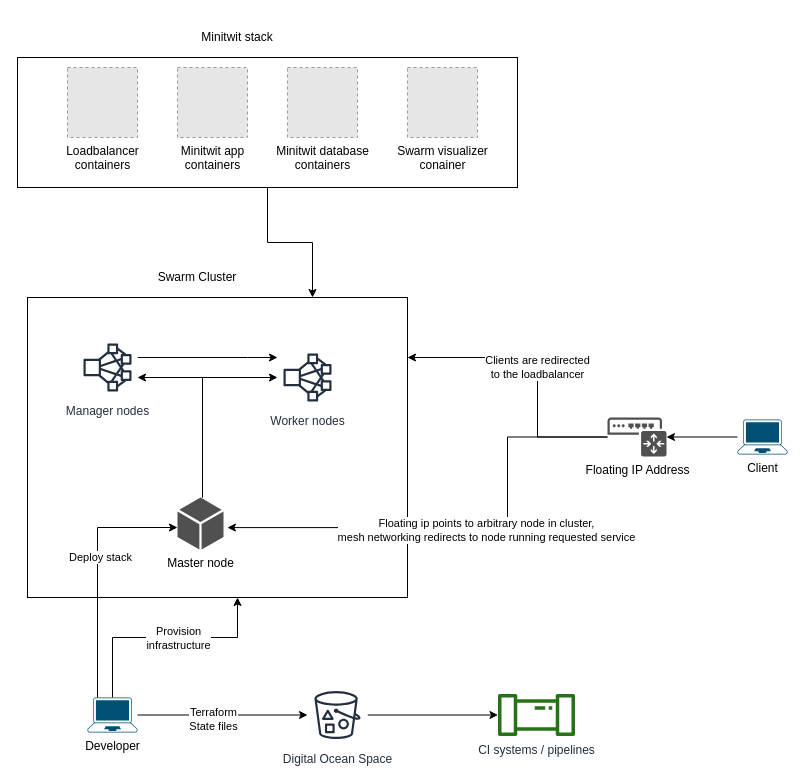
Above: diagram/diagram.drawio in itu-devops/itu-minitwit-docker-swarm-teraform (draw.io), before the change. Source tidied: cells renumbered, new cells numbered last; positions are measured from the earlier drawing's top-left corner, leaving out a move shared by most shapes. Both pictures are drawn from the tidied source at 100%, with x=0, y=0 at pixel (17, 17). Pictures stored in the file or linked from it are replaced by grey dashed boxes.
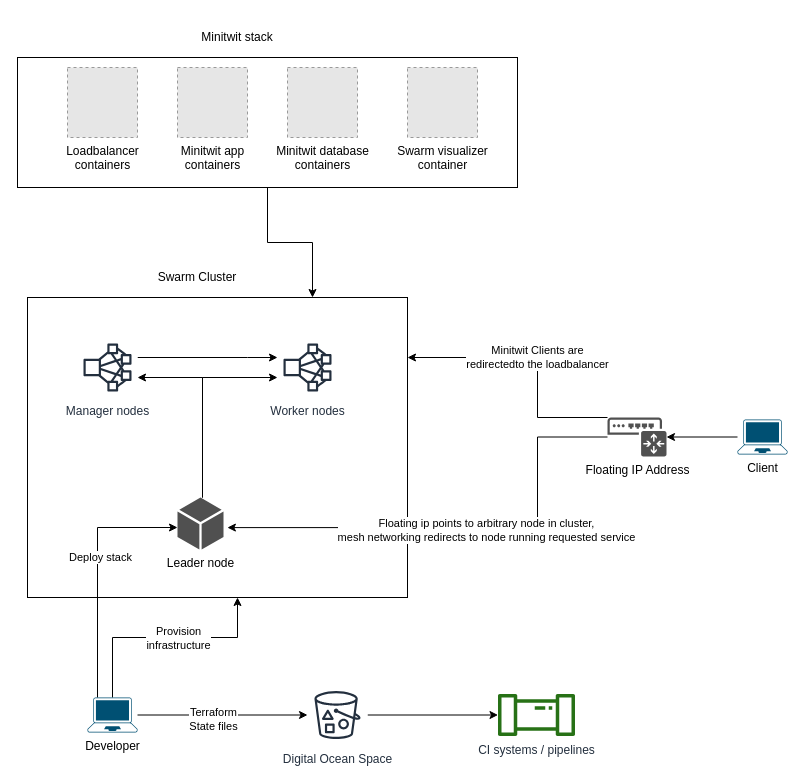
Above is the later version.

The change refers to these unchanged cells:
```xml
<mxCell id="2" style="rounded=0;whiteSpace=wrap;html=1;fillColor=none;" parent="1" vertex="1">
  <mxGeometry x="10" y="280" width="380" height="300" as="geometry" />
</mxCell>
<mxCell id="23" value="Floating IP Address" style="shadow=0;dashed=0;html=1;strokeColor=none;fillColor=#505050;labelPosition=center;verticalLabelPosition=bottom;verticalAlign=top;outlineConnect=0;align=center;shape=mxgraph.office.devices.ip_pbx;" parent="1" vertex="1">
  <mxGeometry x="590" y="400" width="59" height="39" as="geometry" />
</mxCell>
```

Diff of the diagram source:
```diff
@@
+    <mxCell id="30" style="rounded=0;whiteSpace=wrap;html=1;fillColor=none;" parent="1" vertex="1">
+      <mxGeometry y="40" width="500" height="130" as="geometry" />
+    </mxCell>
@@
     <mxCell id="8" value="Worker nodes" style="outlineConnect=0;fontColor=#232F3E;gradientColor=none;strokeColor=#232F3E;fillColor=#ffffff;dashed=0;verticalLabelPosition=bottom;verticalAlign=top;align=center;html=1;fontSize=12;fontStyle=0;shape=mxgraph.aws4.resourceIcon;resIcon=mxgraph.aws4.cluster;" parent="1" vertex="1">
-      <mxGeometry x="260" y="330" width="60" height="60" as="geometry" />
+      <mxGeometry x="260" y="320" width="60" height="60" as="geometry" />
     </mxCell>
@@
     <mxCell id="20" style="edgeStyle=orthogonalEdgeStyle;rounded=0;jettySize=auto;html=1;entryX=0.526;entryY=0.767;entryDx=0;entryDy=0;entryPerimeter=0;" parent="1" edge="1" source="23" target="2">
-      <mxGeometry relative="1" as="geometry" />
+      <mxGeometry relative="1" as="geometry">
+        <Array as="points">
+          <mxPoint x="520" y="420" />
+          <mxPoint x="520" y="510" />
+        </Array>
+      </mxGeometry>
     </mxCell>
@@
-    <mxCell id="22" value="Clients are redirected &lt;br&gt;to the loadbalancer" style="edgeStyle=orthogonalEdgeStyle;rounded=0;jettySize=auto;html=1;" parent="1" edge="1" source="23" target="2">
+    <mxCell id="22" value="&lt;div&gt;Minitwit Clients are &lt;br&gt;&lt;/div&gt;&lt;div&gt;redirectedto the loadbalancer&lt;/div&gt;" style="edgeStyle=orthogonalEdgeStyle;rounded=0;jettySize=auto;html=1;" parent="1" edge="1" source="23" target="2">
       <mxGeometry relative="1" as="geometry">
         <Array as="points">
+          <mxPoint x="520" y="400" />
           <mxPoint x="520" y="340" />
         </Array>
       </mxGeometry>
     </mxCell>
@@
-    <mxCell id="24" value="Master node" style="shadow=0;dashed=0;html=1;strokeColor=none;fillColor=#505050;labelPosition=center;verticalLabelPosition=bottom;verticalAlign=top;outlineConnect=0;align=center;shape=mxgraph.office.concepts.node_generic;" parent="1" vertex="1">
+    <mxCell id="24" value="Leader node" style="shadow=0;dashed=0;html=1;strokeColor=none;fillColor=#505050;labelPosition=center;verticalLabelPosition=bottom;verticalAlign=top;outlineConnect=0;align=center;shape=mxgraph.office.concepts.node_generic;" parent="1" vertex="1">
       <mxGeometry x="160" y="480" width="46" height="52" as="geometry" />
     </mxCell>
@@
-    <mxCell id="28" value="Swarm visualizer&lt;br&gt;conainer" style="fillColor=#E6E6E6;strokeColor=#999999;dashed=1;html=1;verticalAlign=top;verticalLabelPosition=bottom;labelBackgroundColor=#ffffff;" parent="1" vertex="1">
+    <mxCell id="28" value="Swarm visualizer&lt;br&gt;container" style="fillColor=#E6E6E6;strokeColor=#999999;dashed=1;html=1;verticalAlign=top;verticalLabelPosition=bottom;labelBackgroundColor=#ffffff;" parent="1" vertex="1">
       <mxGeometry x="390" y="50" width="70" height="70" as="geometry" />
     </mxCell>
@@
-    <mxCell id="30" style="rounded=0;whiteSpace=wrap;html=1;fillColor=none;" parent="1" vertex="1">
-      <mxGeometry y="40" width="500" height="130" as="geometry" />
-    </mxCell>
```
